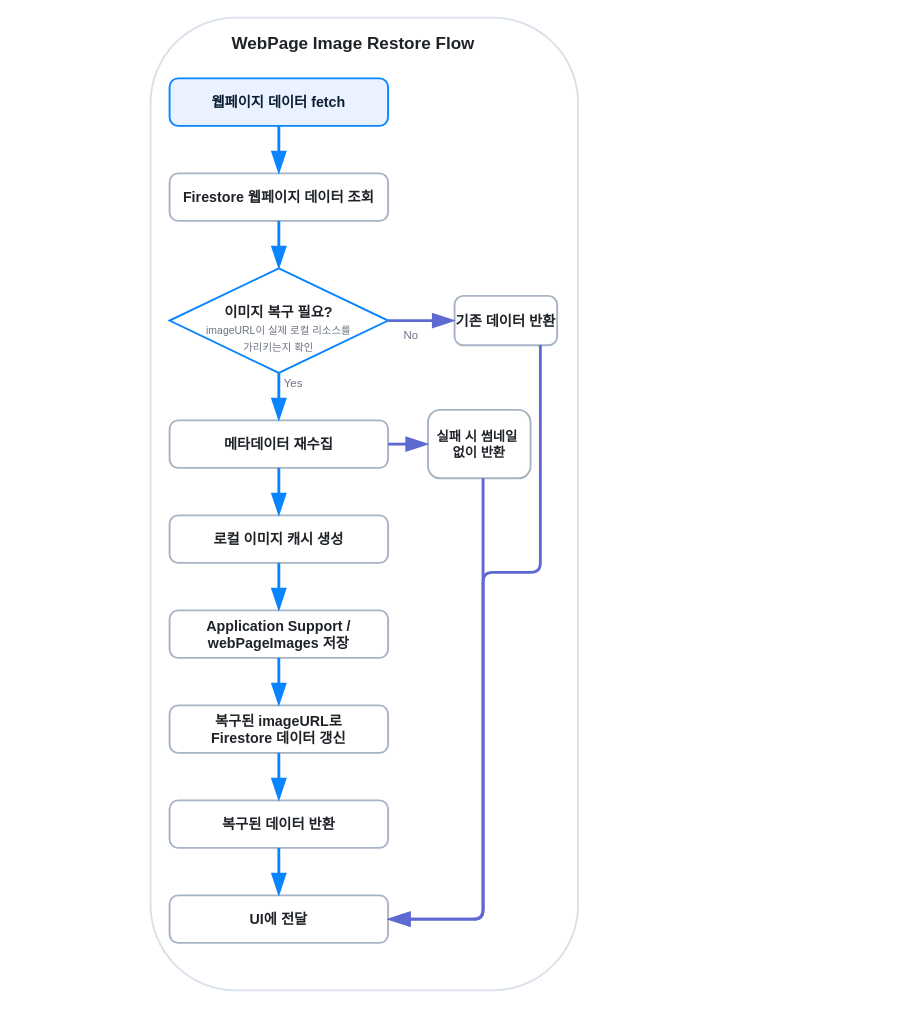
Above: page "WebPage Image Restore Flow" (4 of 7) of docs/DevLog.drawio in opficdev/DevLog_iOS (draw.io), before the change. Source tidied: cells renumbered, new cells numbered last; positions are measured from the earlier drawing's top-left corner, leaving out a move shared by most shapes. Both pictures are drawn from the tidied source at 95%, with x=0, y=0 at pixel (150, 17).
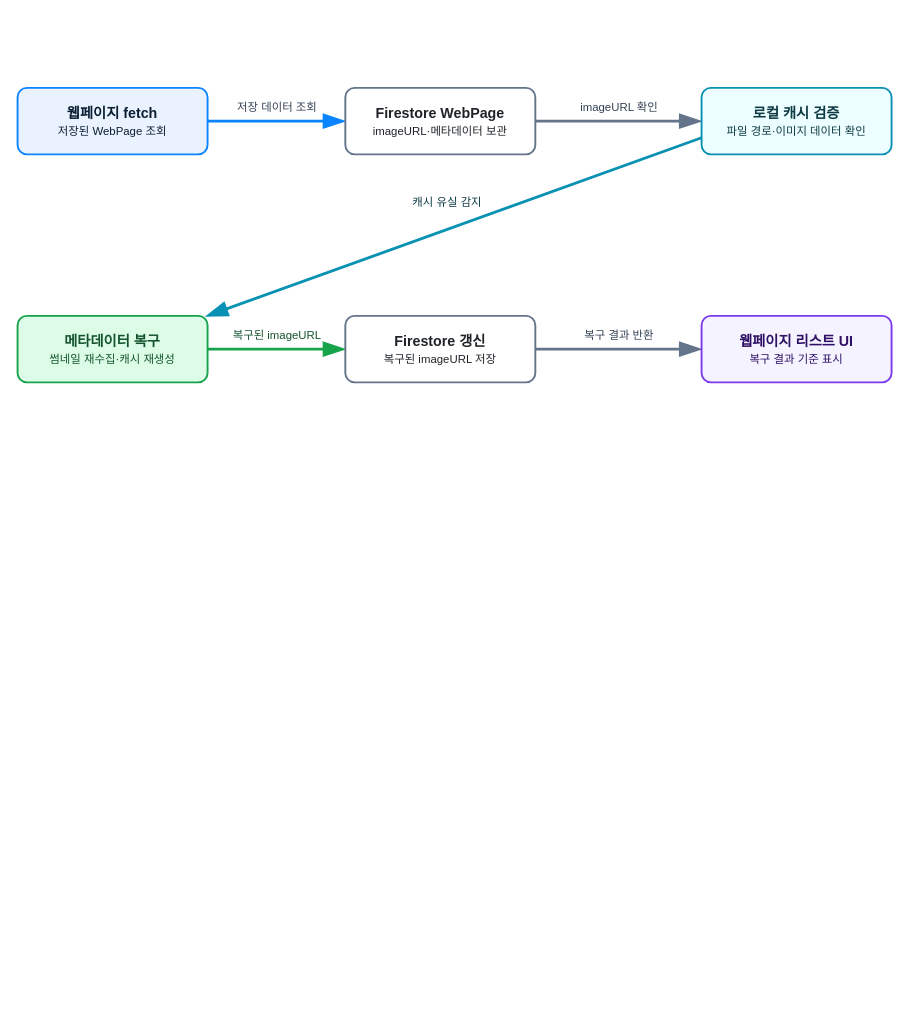
The same page after the edit.

What changed in the source:
```diff
@@
-<mxGraphModel>
+<mxGraphModel background="#ffffff">
@@
-    <mxCell id="2" style="rounded=1;arcSize=20;whiteSpace=wrap;html=1;fillColor=#FFFFFF;strokeColor=#D8E0EA;strokeWidth=2;" parent="1" vertex="1">
-      <mxGeometry width="450" height="1024" as="geometry" />
-    </mxCell>
-    <mxCell id="3" value="WebPage Image Restore Flow" style="text;html=1;strokeColor=none;fillColor=none;align=center;verticalAlign=middle;fontSize=18;fontStyle=1;fontColor=#1F2328;" parent="1" vertex="1">
-      <mxGeometry x="63" y="14" width="300" height="28" as="geometry" />
-    </mxCell>
-    <mxCell id="4" value="웹페이지 데이터 fetch" style="rounded=1;arcSize=18;whiteSpace=wrap;html=1;fillColor=#EAF2FF;strokeColor=#0A84FF;strokeWidth=2;fontColor=#0B1F33;fontStyle=1;fontSize=15;" parent="1" vertex="1">
-      <mxGeometry x="20" y="64" width="230" height="50" as="geometry" />
-    </mxCell>
-    <mxCell id="5" value="Firestore 웹페이지 데이터 조회" style="rounded=1;arcSize=18;whiteSpace=wrap;html=1;fillColor=#FFFFFF;strokeColor=#A7B4C6;strokeWidth=2;fontColor=#1F2328;fontStyle=1;fontSize=15;" parent="1" vertex="1">
-      <mxGeometry x="20" y="164" width="230" height="50" as="geometry" />
-    </mxCell>
-    <mxCell id="6" value="&lt;div&gt;&lt;br&gt;&lt;/div&gt;이미지 복구 필요?&lt;div&gt;&lt;span style=&quot;color: rgb(107, 114, 128); font-size: 11px; font-weight: 400; white-space: nowrap;&quot;&gt;imageURL이 실제 로컬 리소스를&lt;/span&gt;&lt;br style=&quot;color: rgb(107, 114, 128); font-size: 11px; font-weight: 400; white-space: nowrap;&quot;&gt;&lt;span style=&quot;color: rgb(107, 114, 128); font-size: 11px; font-weight: 400; white-space: nowrap;&quot;&gt;가리키는지 확인&lt;/span&gt;&lt;/div&gt;" style="rhombus;whiteSpace=wrap;html=1;fillColor=#FFFFFF;strokeColor=#0A84FF;strokeWidth=2;fontColor=#1F2328;fontStyle=1;fontSize=15;" parent="1" vertex="1">
-      <mxGeometry x="20" y="264" width="230" height="110" as="geometry" />
-    </mxCell>
-    <mxCell id="7" value="메타데이터 재수집" style="rounded=1;arcSize=18;whiteSpace=wrap;html=1;fillColor=#FFFFFF;strokeColor=#A7B4C6;strokeWidth=2;fontColor=#1F2328;fontStyle=1;fontSize=15;" parent="1" vertex="1">
-      <mxGeometry x="20" y="424" width="230" height="50" as="geometry" />
-    </mxCell>
-    <mxCell id="8" value="로컬 이미지 캐시 생성" style="rounded=1;arcSize=18;whiteSpace=wrap;html=1;fillColor=#FFFFFF;strokeColor=#A7B4C6;strokeWidth=2;fontColor=#1F2328;fontStyle=1;fontSize=15;" parent="1" vertex="1">
-      <mxGeometry x="20" y="524" width="230" height="50" as="geometry" />
-    </mxCell>
-    <mxCell id="9" value="Application Support /&#10;webPageImages 저장" style="rounded=1;arcSize=18;whiteSpace=wrap;html=1;fillColor=#FFFFFF;strokeColor=#A7B4C6;strokeWidth=2;fontColor=#1F2328;fontStyle=1;fontSize=15;" parent="1" vertex="1">
-      <mxGeometry x="20" y="624" width="230" height="50" as="geometry" />
-    </mxCell>
-    <mxCell id="10" value="복구된 imageURL로&#10;Firestore 데이터 갱신" style="rounded=1;arcSize=18;whiteSpace=wrap;html=1;fillColor=#FFFFFF;strokeColor=#A7B4C6;strokeWidth=2;fontColor=#1F2328;fontStyle=1;fontSize=15;" parent="1" vertex="1">
-      <mxGeometry x="20" y="724" width="230" height="50" as="geometry" />
-    </mxCell>
-    <mxCell id="11" value="기존 데이터 반환" style="rounded=1;arcSize=18;whiteSpace=wrap;html=1;fillColor=#FFFFFF;strokeColor=#A7B4C6;strokeWidth=2;fontColor=#1F2328;fontStyle=1;fontSize=15;" parent="1" vertex="1">
-      <mxGeometry x="320" y="293" width="108" height="52" as="geometry" />
-    </mxCell>
-    <mxCell id="12" value="실패 시 썸네일&amp;nbsp;&lt;div&gt;없이 반환&lt;/div&gt;" style="rounded=1;arcSize=18;whiteSpace=wrap;html=1;fillColor=#FFFFFF;strokeColor=#A7B4C6;strokeWidth=2;fontColor=#1F2328;fontStyle=1;fontSize=14;" parent="1" vertex="1">
-      <mxGeometry x="292" y="413" width="108" height="72" as="geometry" />
-    </mxCell>
-    <mxCell id="13" value="복구된 데이터 반환" style="rounded=1;arcSize=18;whiteSpace=wrap;html=1;fillColor=#FFFFFF;strokeColor=#A7B4C6;strokeWidth=2;fontColor=#1F2328;fontStyle=1;fontSize=15;" parent="1" vertex="1">
-      <mxGeometry x="20" y="824" width="230" height="50" as="geometry" />
-    </mxCell>
-    <mxCell id="14" value="UI에 전달" style="rounded=1;arcSize=18;whiteSpace=wrap;html=1;fillColor=#FFFFFF;strokeColor=#A7B4C6;strokeWidth=2;fontColor=#1F2328;fontStyle=1;fontSize=15;" parent="1" vertex="1">
-      <mxGeometry x="20" y="924" width="230" height="50" as="geometry" />
-    </mxCell>
-    <mxCell id="15" value="No" style="text;html=1;strokeColor=none;fillColor=none;align=center;verticalAlign=middle;fontSize=12;fontColor=#6B7280;" parent="1" vertex="1">
-      <mxGeometry x="260" y="325" width="28" height="20" as="geometry" />
-    </mxCell>
-    <mxCell id="16" value="Yes" style="text;html=1;strokeColor=none;fillColor=none;align=center;verticalAlign=middle;fontSize=12;fontColor=#6B7280;" parent="1" vertex="1">
-      <mxGeometry x="130" y="375" width="40" height="20" as="geometry" />
-    </mxCell>
-    <mxCell id="17" style="endArrow=blockThin;endFill=1;endSize=16;html=1;rounded=1;strokeColor=#0A84FF;strokeWidth=3;" parent="1" edge="1" source="5" target="6">
-      <mxGeometry relative="1" as="geometry" />
-    </mxCell>
-    <mxCell id="18" style="endArrow=blockThin;endFill=1;endSize=16;html=1;rounded=1;strokeColor=#0A84FF;strokeWidth=3;" parent="1" edge="1" source="6" target="7">
-      <mxGeometry relative="1" as="geometry" />
-    </mxCell>
-    <mxCell id="19" style="endArrow=blockThin;endFill=1;endSize=16;html=1;rounded=1;strokeColor=#5E6AD2;strokeWidth=3;" parent="1" edge="1" source="6" target="11">
-      <mxGeometry relative="1" as="geometry" />
-    </mxCell>
-    <mxCell id="20" style="endArrow=blockThin;endFill=1;endSize=16;html=1;rounded=1;strokeColor=#0A84FF;strokeWidth=3;" parent="1" edge="1" source="7" target="8">
-      <mxGeometry relative="1" as="geometry" />
-    </mxCell>
-    <mxCell id="21" style="endArrow=blockThin;endFill=1;endSize=16;html=1;rounded=1;strokeColor=#0A84FF;strokeWidth=3;" parent="1" edge="1" source="8" target="9">
-      <mxGeometry relative="1" as="geometry" />
-    </mxCell>
-    <mxCell id="22" style="endArrow=blockThin;endFill=1;endSize=16;html=1;rounded=1;strokeColor=#0A84FF;strokeWidth=3;" parent="1" edge="1" source="9" target="10">
-      <mxGeometry relative="1" as="geometry" />
-    </mxCell>
-    <mxCell id="23" style="endArrow=blockThin;endFill=1;endSize=16;html=1;rounded=1;strokeColor=#0A84FF;strokeWidth=3;" parent="1" edge="1" source="10" target="13">
-      <mxGeometry relative="1" as="geometry" />
-    </mxCell>
-    <mxCell id="24" style="endArrow=blockThin;endFill=1;endSize=16;html=1;rounded=1;strokeColor=#5E6AD2;strokeWidth=3;exitX=1;exitY=0.5;exitDx=0;exitDy=0;" parent="1" edge="1" source="7" target="12">
-      <mxGeometry relative="1" as="geometry" />
-    </mxCell>
-    <mxCell id="25" style="endArrow=blockThin;endFill=1;endSize=16;html=1;rounded=1;strokeColor=#5E6AD2;strokeWidth=3;edgeStyle=orthogonalEdgeStyle;entryX=1;entryY=0.5;entryDx=0;entryDy=0;" parent="1" edge="1" source="12" target="14">
-      <mxGeometry relative="1" as="geometry">
-        <Array as="points">
-          <mxPoint x="350" y="949" />
-        </Array>
-      </mxGeometry>
-    </mxCell>
-    <mxCell id="26" style="endArrow=blockThin;endFill=1;endSize=16;html=1;rounded=1;strokeColor=#0A84FF;strokeWidth=3;" parent="1" edge="1" source="13" target="14">
-      <mxGeometry relative="1" as="geometry" />
-    </mxCell>
-    <mxCell id="27" style="edgeStyle=orthogonalEdgeStyle;rounded=0;orthogonalLoop=1;jettySize=auto;html=1;exitX=0.5;exitY=1;exitDx=0;exitDy=0;" parent="1" edge="1" source="2" target="2">
-      <mxGeometry relative="1" as="geometry" />
-    </mxCell>
-    <mxCell id="28" style="endArrow=blockThin;endFill=1;endSize=16;html=1;rounded=1;strokeColor=#0A84FF;strokeWidth=3;exitX=0.5;exitY=1;exitDx=0;exitDy=0;entryX=0.5;entryY=0;entryDx=0;entryDy=0;" parent="1" edge="1" source="4" target="5">
-      <mxGeometry relative="1" as="geometry" />
-    </mxCell>
-    <mxCell id="29" style="endArrow=blockThin;endFill=1;endSize=16;html=1;rounded=1;strokeColor=#5E6AD2;strokeWidth=3;edgeStyle=orthogonalEdgeStyle;entryX=1;entryY=0.5;entryDx=0;entryDy=0;exitX=0.836;exitY=0.994;exitDx=0;exitDy=0;exitPerimeter=0;" parent="1" edge="1" source="11" target="14">
-      <mxGeometry relative="1" as="geometry">
-        <Array as="points">
-          <mxPoint x="410" y="584" />
-          <mxPoint x="350" y="584" />
-          <mxPoint x="350" y="949" />
-        </Array>
-      </mxGeometry>
-    </mxCell>
+    <mxCell id="30" value="저장 데이터 조회" style="endArrow=blockThin;endFill=1;endSize=16;html=1;rounded=0;strokeColor=#0A84FF;strokeWidth=3;labelBackgroundColor=#FFFFFF;fontSize=12;fontColor=#334155;" parent="1" edge="1" source="35" target="36">
+      <mxGeometry relative="1" as="geometry">
+        <mxPoint y="-14" as="offset" />
+      </mxGeometry>
+    </mxCell>
+    <mxCell id="31" value="imageURL 확인" style="endArrow=blockThin;endFill=1;endSize=16;html=1;rounded=0;strokeColor=#64748B;strokeWidth=3;labelBackgroundColor=#FFFFFF;fontSize=12;fontColor=#334155;" parent="1" edge="1" source="36" target="37">
+      <mxGeometry relative="1" as="geometry">
+        <mxPoint y="-14" as="offset" />
+      </mxGeometry>
+    </mxCell>
+    <mxCell id="32" value="캐시 유실 감지" style="endArrow=blockThin;endFill=1;endSize=16;html=1;rounded=0;strokeColor=#0891B2;strokeWidth=3;labelBackgroundColor=#FFFFFF;fontSize=12;fontColor=#0E3B43;exitX=0;exitY=0.75;exitDx=0;exitDy=0;entryX=0.991;entryY=0.008;entryDx=0;entryDy=0;entryPerimeter=0;" parent="1" edge="1" source="37" target="38">
+      <mxGeometry x="-0.01" y="-26" relative="1" as="geometry" />
+    </mxCell>
+    <mxCell id="33" value="복구된 imageURL" style="endArrow=blockThin;endFill=1;endSize=16;html=1;rounded=0;strokeColor=#16A34A;strokeWidth=3;labelBackgroundColor=#FFFFFF;fontSize=12;fontColor=#14532D;" parent="1" edge="1" source="38" target="39">
+      <mxGeometry relative="1" as="geometry">
+        <mxPoint y="-14" as="offset" />
+      </mxGeometry>
+    </mxCell>
+    <mxCell id="34" value="복구 결과 반환" style="endArrow=blockThin;endFill=1;endSize=16;html=1;rounded=0;strokeColor=#64748B;strokeWidth=3;labelBackgroundColor=#FFFFFF;fontSize=12;fontColor=#334155;" parent="1" edge="1" source="39" target="40">
+      <mxGeometry relative="1" as="geometry">
+        <mxPoint y="-14" as="offset" />
+      </mxGeometry>
+    </mxCell>
+    <mxCell id="35" value="&lt;b&gt;웹페이지 fetch&lt;/b&gt;&lt;div&gt;&lt;span style=&quot;font-size:12px;font-weight:400;&quot;&gt;저장된 WebPage 조회&lt;/span&gt;&lt;/div&gt;" style="rounded=1;arcSize=14;whiteSpace=wrap;html=1;fillColor=#EAF2FF;strokeColor=#0A84FF;strokeWidth=2;fontColor=#0B1F33;fontStyle=1;fontSize=15;" parent="1" vertex="1">
+      <mxGeometry x="-140" y="74" width="200" height="70" as="geometry" />
+    </mxCell>
+    <mxCell id="36" value="&lt;b&gt;Firestore WebPage&lt;/b&gt;&lt;div&gt;&lt;span style=&quot;font-size:12px;font-weight:400;&quot;&gt;imageURL·메타데이터 보관&lt;/span&gt;&lt;/div&gt;" style="rounded=1;arcSize=14;whiteSpace=wrap;html=1;fillColor=#FFFFFF;strokeColor=#64748B;strokeWidth=2;fontColor=#1F2328;fontStyle=1;fontSize=15;" parent="1" vertex="1">
+      <mxGeometry x="205" y="74" width="200" height="70" as="geometry" />
+    </mxCell>
+    <mxCell id="37" value="&lt;b&gt;로컬 캐시 검증&lt;/b&gt;&lt;div&gt;&lt;span style=&quot;font-size:12px;font-weight:400;&quot;&gt;파일 경로·이미지 데이터 확인&lt;/span&gt;&lt;/div&gt;" style="rounded=1;arcSize=14;whiteSpace=wrap;html=1;fillColor=#ECFEFF;strokeColor=#0891B2;strokeWidth=2;fontColor=#0E3B43;fontStyle=1;fontSize=15;" parent="1" vertex="1">
+      <mxGeometry x="580" y="74" width="200" height="70" as="geometry" />
+    </mxCell>
+    <mxCell id="38" value="&lt;b&gt;메타데이터 복구&lt;/b&gt;&lt;div&gt;&lt;span style=&quot;font-size:12px;font-weight:400;&quot;&gt;썸네일 재수집·캐시 재생성&lt;/span&gt;&lt;/div&gt;" style="rounded=1;arcSize=14;whiteSpace=wrap;html=1;fillColor=#DCFCE7;strokeColor=#16A34A;strokeWidth=2;fontColor=#14532D;fontStyle=1;fontSize=15;" parent="1" vertex="1">
+      <mxGeometry x="-140" y="314" width="200" height="70" as="geometry" />
+    </mxCell>
+    <mxCell id="39" value="&lt;b&gt;Firestore 갱신&lt;/b&gt;&lt;div&gt;&lt;span style=&quot;font-size:12px;font-weight:400;&quot;&gt;복구된 imageURL 저장&lt;/span&gt;&lt;/div&gt;" style="rounded=1;arcSize=14;whiteSpace=wrap;html=1;fillColor=#FFFFFF;strokeColor=#64748B;strokeWidth=2;fontColor=#1F2328;fontStyle=1;fontSize=15;" parent="1" vertex="1">
+      <mxGeometry x="205" y="314" width="200" height="70" as="geometry" />
+    </mxCell>
+    <mxCell id="40" value="&lt;b&gt;웹페이지 리스트 UI&lt;/b&gt;&lt;div&gt;&lt;span style=&quot;font-size:12px;font-weight:400;&quot;&gt;복구 결과 기준 표시&lt;/span&gt;&lt;/div&gt;" style="rounded=1;arcSize=14;whiteSpace=wrap;html=1;fillColor=#F5F3FF;strokeColor=#7C3AED;strokeWidth=2;fontColor=#2E1065;fontStyle=1;fontSize=15;" parent="1" vertex="1">
+      <mxGeometry x="580" y="314" width="200" height="70" as="geometry" />
+    </mxCell>
```
